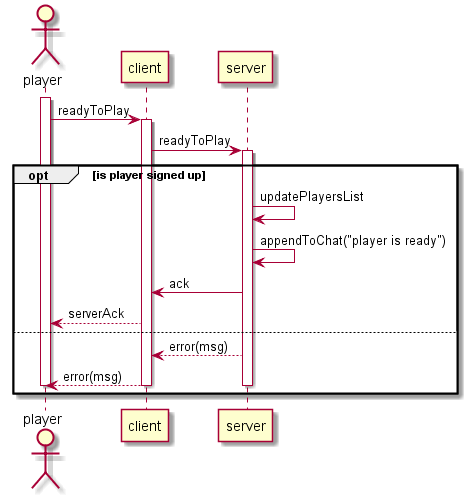
Earlier version of the PlantUML export analysis/scenarios/playerReady/playerReady.png (MatanDavidi/scribble-public).
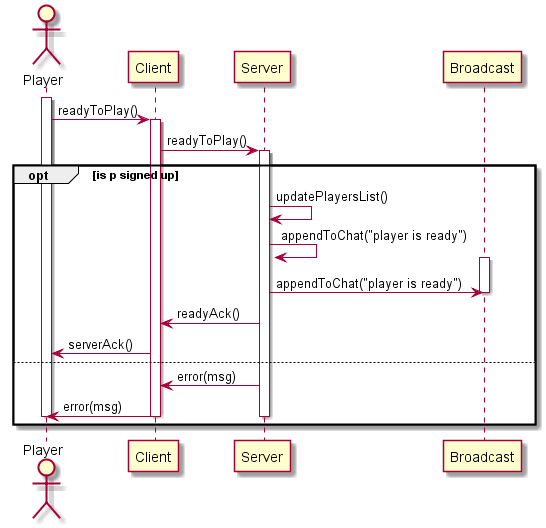
After the commit.

Commit message:
Update swim-lane diagram for playerReady scenario

The edit, as a diff of the source:
```diff
@@ -1,25 +1,31 @@
-@startuml
+@startuml playerReady
 
-actor player
+actor Player as p
+participant Client as c
+participant Server as s
+participant Broadcast as b
 
-activate player
-player->client:readyToPlay
-activate client
+activate p
+p->c:readyToPlay()
+activate c
 
-client->server:readyToPlay
+c->s:readyToPlay()
 
-opt is player signed up
-  activate server
-  server->server:updatePlayersList
-  server->server:appendToChat("player is ready")
-  server->client:ack
-  client-->player:serverAck
+opt is p signed up
+  activate s
+  s->s:updatePlayersList()
+  s->s:appendToChat("player is ready")
+  activate b
+  s->b:appendToChat("player is ready")
+  deactivate b
+  s->c:readyAck()
+  c->p:serverAck()
 else
-  server-->client:error(msg)
-  client-->player:error(msg)
-  deactivate server
-  deactivate client
-  deactivate player
+  s->c:error(msg)
+  c->p:error(msg)
+  deactivate s
+  deactivate c
+  deactivate p
 end
 
 @enduml
```
